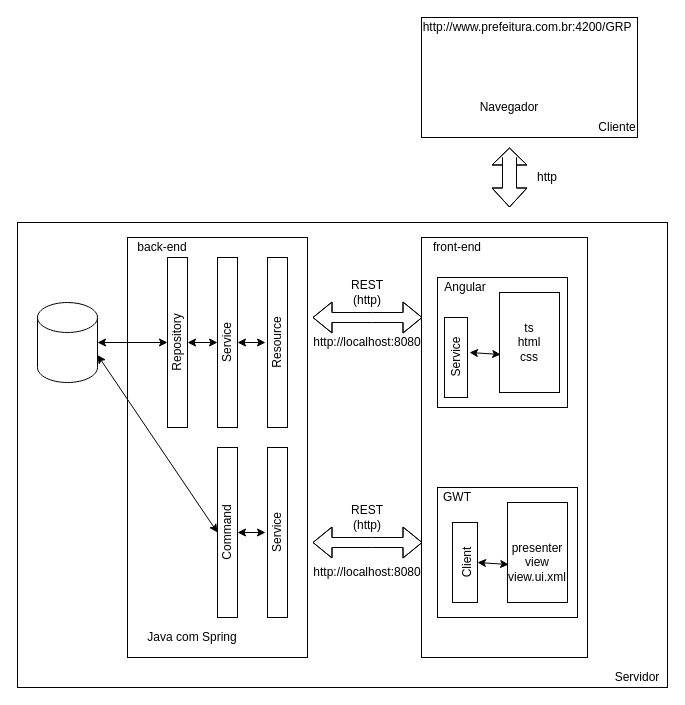
Earlier version of the draw.io diagram diagrama_GRP-sonner.drawio (eliseurm/diagramas). Source tidied: cells renumbered, new cells numbered last; positions are measured from the earlier drawing's top-left corner, leaving out a move shared by most shapes. Both pictures are drawn from the tidied source at 100%, with x=0, y=0 at pixel (17, 17).
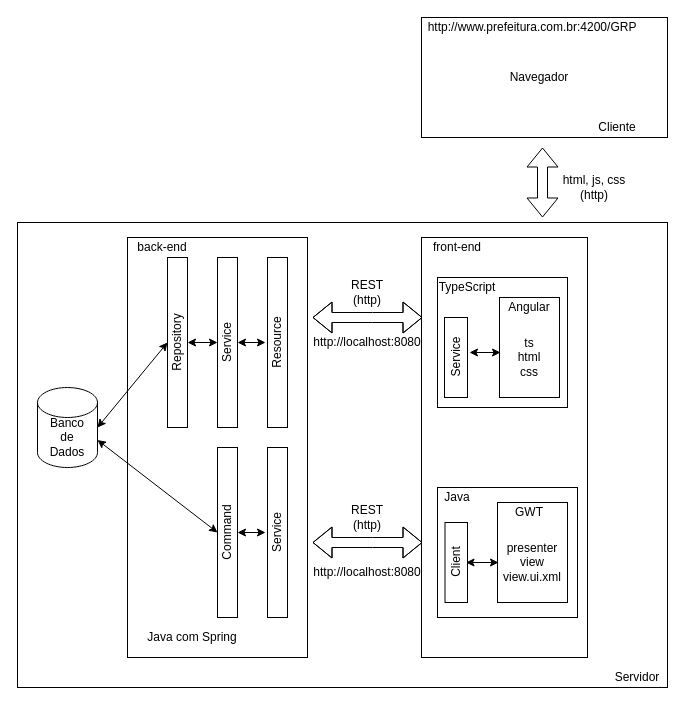
The same page after the edit.

Commit message:
Correcao de alguns detalhes

What changed in the source:
```diff
@@
     <mxCell id="13" style="shape=cylinder3;whiteSpace=wrap;html=1;boundedLbl=1;backgroundOutline=1;size=15;" parent="1" vertex="1">
-      <mxGeometry x="20" y="285" width="60" height="80" as="geometry" />
+      <mxGeometry x="20" y="370" width="60" height="80" as="geometry" />
     </mxCell>
@@
-    <mxCell id="19" value="Angular" style="text;html=1;strokeColor=none;fillColor=none;align=center;verticalAlign=middle;whiteSpace=wrap;rounded=0;" parent="1" vertex="1">
-      <mxGeometry x="427.5" y="260" width="40" height="20" as="geometry" />
-    </mxCell>
-    <mxCell id="20" value="GWT" style="text;html=1;strokeColor=none;fillColor=none;align=center;verticalAlign=middle;whiteSpace=wrap;rounded=0;" parent="1" vertex="1">
-      <mxGeometry x="420" y="470" width="40" height="20" as="geometry" />
-    </mxCell>
@@
     <mxCell id="27" style="rounded=0;whiteSpace=wrap;html=1;" parent="1" vertex="1">
-      <mxGeometry x="435" y="505" width="25" height="80" as="geometry" />
+      <mxGeometry x="427.5" y="505" width="22.5" height="80" as="geometry" />
     </mxCell>
     <mxCell id="28" value="Client" style="text;html=1;strokeColor=none;fillColor=none;align=center;verticalAlign=middle;whiteSpace=wrap;rounded=0;rotation=-90;" parent="1" vertex="1">
-      <mxGeometry x="430" y="535" width="40" height="20" as="geometry" />
+      <mxGeometry x="418.5" y="535" width="40" height="20" as="geometry" />
     </mxCell>
     <mxCell id="29" style="rounded=0;whiteSpace=wrap;html=1;" parent="1" vertex="1">
-      <mxGeometry x="490" y="485" width="60" height="100" as="geometry" />
+      <mxGeometry x="480" y="485" width="70" height="100" as="geometry" />
     </mxCell>
     <mxCell id="30" value="presenter&lt;br&gt;view&lt;br&gt;view.ui.xml" style="text;html=1;strokeColor=none;fillColor=none;align=center;verticalAlign=middle;whiteSpace=wrap;rounded=0;rotation=0;" parent="1" vertex="1">
-      <mxGeometry x="500" y="535" width="40" height="20" as="geometry" />
+      <mxGeometry x="495" y="535" width="40" height="20" as="geometry" />
     </mxCell>
-    <mxCell id="31" style="endArrow=classic;startArrow=classic;html=1;entryX=0.02;entryY=0.62;entryDx=0;entryDy=0;exitX=1;exitY=0.5;exitDx=0;exitDy=0;entryPerimeter=0;" parent="1" edge="1" source="27" target="29">
-      <mxGeometry relative="1" as="geometry" />
-    </mxCell>
@@
     <mxCell id="37" style="rounded=0;whiteSpace=wrap;html=1;" parent="1" vertex="1">
-      <mxGeometry x="404" width="216" height="120" as="geometry" />
+      <mxGeometry x="404" width="246" height="120" as="geometry" />
     </mxCell>
     <mxCell id="38" value="http://www.prefeitura.com.br:4200/GRP" style="text;html=1;strokeColor=none;fillColor=none;align=center;verticalAlign=middle;whiteSpace=wrap;rounded=0;" parent="1" vertex="1">
-      <mxGeometry x="490" width="40" height="20" as="geometry" />
+      <mxGeometry x="495" width="40" height="20" as="geometry" />
     </mxCell>
     <mxCell id="39" value="Navegador" style="text;html=1;strokeColor=none;fillColor=none;align=center;verticalAlign=middle;whiteSpace=wrap;rounded=0;" parent="1" vertex="1">
-      <mxGeometry x="472" y="80" width="40" height="20" as="geometry" />
+      <mxGeometry x="502" y="50" width="40" height="20" as="geometry" />
     </mxCell>
-    <mxCell id="40" style="shape=flexArrow;endArrow=classic;startArrow=classic;html=1;width=14;endSize=5.33;" parent="1" edge="1">
-      <mxGeometry relative="1" as="geometry">
-        <mxPoint x="492" y="190" as="sourcePoint" />
-        <mxPoint x="492" y="130" as="targetPoint" />
-        <Array as="points">
-          <mxPoint x="492" y="140" />
-        </Array>
-      </mxGeometry>
-    </mxCell>
-    <mxCell id="41" value="http" style="text;html=1;strokeColor=none;fillColor=none;align=center;verticalAlign=middle;whiteSpace=wrap;rounded=0;" parent="1" vertex="1">
-      <mxGeometry x="510" y="150" width="40" height="20" as="geometry" />
+    <mxCell id="41" value="html, js, css&lt;br&gt;(http)" style="text;html=1;strokeColor=none;fillColor=none;align=center;verticalAlign=middle;whiteSpace=wrap;rounded=0;" parent="1" vertex="1">
+      <mxGeometry x="542" y="160" width="70" height="20" as="geometry" />
     </mxCell>
@@
     <mxCell id="44" style="rounded=0;whiteSpace=wrap;html=1;" parent="1" vertex="1">
-      <mxGeometry x="482" y="275" width="60" height="100" as="geometry" />
+      <mxGeometry x="482" y="280" width="60" height="100" as="geometry" />
     </mxCell>
-    <mxCell id="45" style="endArrow=classic;startArrow=classic;html=1;entryX=0.02;entryY=0.62;entryDx=0;entryDy=0;exitX=1;exitY=0.5;exitDx=0;exitDy=0;entryPerimeter=0;" parent="1" edge="1" target="44">
+    <mxCell id="45" style="endArrow=classic;startArrow=classic;html=1;exitX=1;exitY=0.5;exitDx=0;exitDy=0;" parent="1" edge="1">
       <mxGeometry relative="1" as="geometry">
         <mxPoint x="452" y="335" as="sourcePoint" />
+        <mxPoint x="483" y="335" as="targetPoint" />
       </mxGeometry>
     </mxCell>
     <mxCell id="46" value="ts&lt;br&gt;html&lt;br&gt;css" style="text;html=1;strokeColor=none;fillColor=none;align=center;verticalAlign=middle;whiteSpace=wrap;rounded=0;rotation=0;" parent="1" vertex="1">
-      <mxGeometry x="492" y="315" width="40" height="20" as="geometry" />
+      <mxGeometry x="492" y="330" width="40" height="20" as="geometry" />
     </mxCell>
@@
+    <mxCell id="20" value="GWT" style="text;html=1;strokeColor=none;fillColor=none;align=center;verticalAlign=middle;whiteSpace=wrap;rounded=0;" parent="1" vertex="1">
+      <mxGeometry x="492" y="485" width="40" height="20" as="geometry" />
+    </mxCell>
+    <mxCell id="19" value="Angular" style="text;html=1;strokeColor=none;fillColor=none;align=center;verticalAlign=middle;whiteSpace=wrap;rounded=0;" parent="1" vertex="1">
+      <mxGeometry x="492" y="280" width="40" height="20" as="geometry" />
+    </mxCell>
+    <mxCell id="51" style="shape=flexArrow;endArrow=classic;startArrow=classic;html=1;" parent="1" edge="1">
+      <mxGeometry relative="1" as="geometry">
+        <mxPoint x="525" y="200" as="sourcePoint" />
+        <mxPoint x="525" y="130" as="targetPoint" />
+      </mxGeometry>
+    </mxCell>
+    <mxCell id="52" value="Java" style="text;html=1;strokeColor=none;fillColor=none;align=center;verticalAlign=middle;whiteSpace=wrap;rounded=0;" parent="1" vertex="1">
+      <mxGeometry x="420" y="470" width="40" height="20" as="geometry" />
+    </mxCell>
+    <mxCell id="53" value="TypeScript" style="text;html=1;strokeColor=none;fillColor=none;align=center;verticalAlign=middle;whiteSpace=wrap;rounded=0;" parent="1" vertex="1">
+      <mxGeometry x="415" y="260" width="70" height="20" as="geometry" />
+    </mxCell>
+    <mxCell id="54" style="endArrow=classic;startArrow=classic;html=1;exitX=0.5;exitY=1;exitDx=0;exitDy=0;entryX=0.014;entryY=0.6;entryDx=0;entryDy=0;entryPerimeter=0;" parent="1" edge="1" source="28" target="29">
+      <mxGeometry relative="1" as="geometry" />
+    </mxCell>
+    <mxCell id="55" value="Banco de Dados" style="text;html=1;strokeColor=none;fillColor=none;align=center;verticalAlign=middle;whiteSpace=wrap;rounded=0;" parent="1" vertex="1">
+      <mxGeometry x="30" y="410" width="40" height="20" as="geometry" />
+    </mxCell>
```
